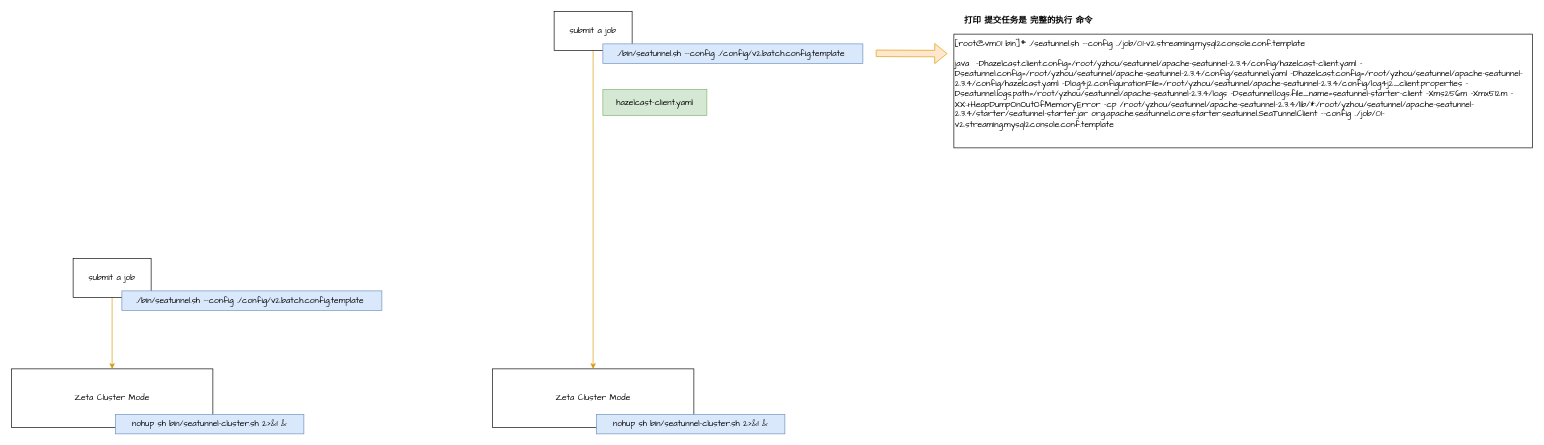
Above: page "Cluster Mode 作业提交" (1 of 2) of Drawio/Seatunnel.drawio in xinzhuxiansheng/blog-notes (draw.io), before the change. Source tidied: cells renumbered, new cells numbered last; positions are measured from the earlier drawing's top-left corner, leaving out a move shared by most shapes. Both pictures are drawn from the tidied source at 65%, with x=0, y=0 at pixel (11, 11).
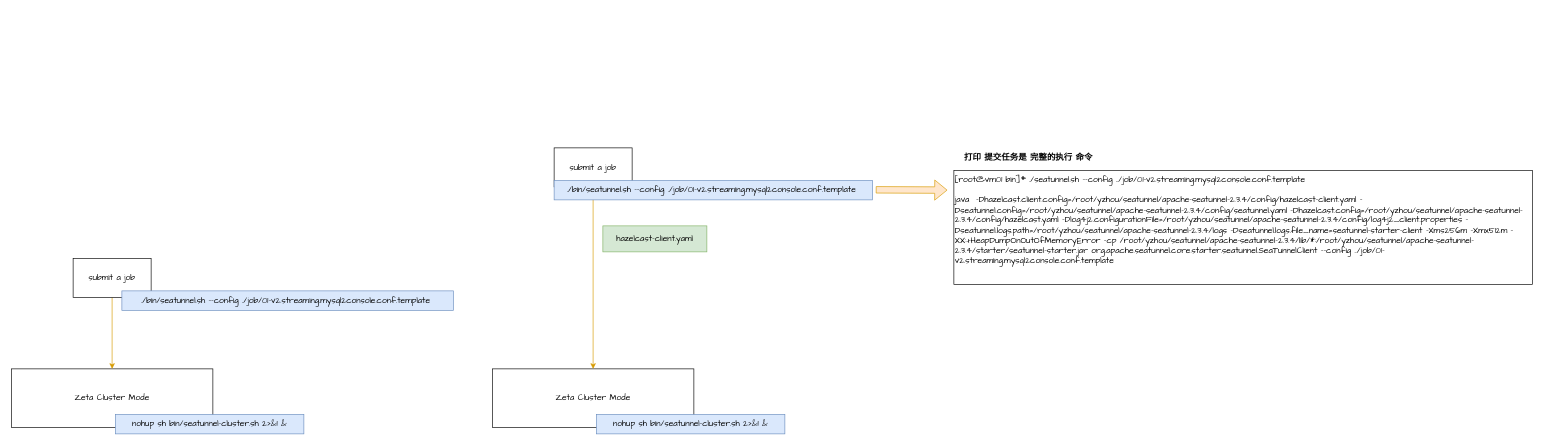
The same page after the edit.

Diff of the diagram source:
```diff
@@
 <mxGraphModel>
   <root>
     <mxCell id="0" />
     <mxCell id="1" parent="0" />
     <mxCell id="2" value="Zeta Cluster Mode" style="rounded=0;whiteSpace=wrap;html=1;fontFamily=Comic Sans MS;fontSize=13;" parent="1" vertex="1">
       <mxGeometry x="740" y="550" width="310" height="90" as="geometry" />
     </mxCell>
     <mxCell id="3" style="edgeStyle=orthogonalEdgeStyle;rounded=0;jettySize=auto;html=1;fontFamily=Comic Sans MS;fontSize=13;entryX=0.5;entryY=0;entryDx=0;entryDy=0;entryPerimeter=0;fillColor=#ffe6cc;strokeColor=#d79b00;" parent="1" edge="1" source="4" target="2">
       <mxGeometry relative="1" as="geometry" />
     </mxCell>
     <mxCell id="4" value="submit a job" style="rounded=0;whiteSpace=wrap;html=1;fontFamily=Comic Sans MS;fontSize=13;" parent="1" vertex="1">
-      <mxGeometry x="835" width="120" height="60" as="geometry" />
+      <mxGeometry x="835" y="210" width="120" height="60" as="geometry" />
     </mxCell>
     <mxCell id="5" value="nohup sh bin/seatunnel-cluster.sh 2&amp;gt;&amp;amp;1 &amp;amp;" style="rounded=0;whiteSpace=wrap;html=1;fillColor=#dae8fc;strokeColor=#6c8ebf;fontFamily=Comic Sans MS;fontSize=13;" parent="1" vertex="1">
       <mxGeometry x="900" y="620" width="290" height="30" as="geometry" />
     </mxCell>
-    <mxCell id="6" value="&lt;div style=&quot;font-size: 13px; line-height: 21px; white-space: pre;&quot;&gt;./bin/seatunnel.sh &lt;span style=&quot;font-size: 13px;&quot;&gt;--config&lt;/span&gt; &lt;span style=&quot;font-size: 13px;&quot;&gt;./config/v2.batch.config.template&lt;/span&gt; &lt;/div&gt;" style="rounded=0;whiteSpace=wrap;html=1;fillColor=#dae8fc;strokeColor=#6c8ebf;fontColor=default;labelBackgroundColor=none;fontFamily=Comic Sans MS;fontSize=13;" parent="1" vertex="1">
-      <mxGeometry x="910" y="50" width="400" height="30" as="geometry" />
+    <mxCell id="6" value="&lt;div style=&quot;font-size: 13px; line-height: 21px; white-space: pre;&quot;&gt;./bin/seatunnel.sh --config&lt;span style=&quot;white-space: normal;&quot;&gt;&amp;nbsp;&lt;/span&gt;./job/&lt;span style=&quot;background-color: initial;&quot;&gt;01-v2.streaming.mysql2console.conf.template&lt;/span&gt;&lt;span style=&quot;background-color: initial;&quot;&gt; &lt;/span&gt;&lt;br&gt;&lt;/div&gt;" style="rounded=0;whiteSpace=wrap;html=1;fillColor=#dae8fc;strokeColor=#6c8ebf;fontColor=default;labelBackgroundColor=none;fontFamily=Comic Sans MS;fontSize=13;" parent="1" vertex="1">
+      <mxGeometry x="835" y="260" width="490" height="30" as="geometry" />
     </mxCell>
     <mxCell id="7" style="shape=flexArrow;endArrow=classic;html=1;rounded=0;fontFamily=Comic Sans MS;fontSize=13;fillColor=#ffe6cc;strokeColor=#d79b00;" parent="1" edge="1">
       <mxGeometry relative="1" as="geometry">
-        <mxPoint x="1330" y="64.5" as="sourcePoint" />
-        <mxPoint x="1440" y="65" as="targetPoint" />
+        <mxPoint x="1330" y="274.5" as="sourcePoint" />
+        <mxPoint x="1440" y="275" as="targetPoint" />
       </mxGeometry>
     </mxCell>
     <mxCell id="8" value="&lt;div style=&quot;font-size: 13px;&quot;&gt;[root@vm01 bin]# ./seatunnel.sh --config ../job/01-v2.streaming.mysql2console.conf.template&amp;nbsp;&lt;/div&gt;&lt;div style=&quot;font-size: 13px;&quot;&gt;&lt;br style=&quot;font-size: 13px;&quot;&gt;&lt;/div&gt;&lt;div style=&quot;font-size: 13px;&quot;&gt;java&amp;nbsp; -Dhazelcast.client.config=/root/yzhou/seatunnel/apache-seatunnel-2.3.4/config/hazelcast-client.yaml -Dseatunnel.config=/root/yzhou/seatunnel/apache-seatunnel-2.3.4/config/seatunnel.yaml -Dhazelcast.config=/root/yzhou/seatunnel/apache-seatunnel-2.3.4/config/hazelcast.yaml -Dlog4j2.configurationFile=/root/yzhou/seatunnel/apache-seatunnel-2.3.4/config/log4j2_client.properties -Dseatunnel.logs.path=/root/yzhou/seatunnel/apache-seatunnel-2.3.4/logs -Dseatunnel.logs.file_name=seatunnel-starter-client -Xms256m -Xmx512m -XX:+HeapDumpOnOutOfMemoryError -cp /root/yzhou/seatunnel/apache-seatunnel-2.3.4/lib/*:/root/yzhou/seatunnel/apache-seatunnel-2.3.4/starter/seatunnel-starter.jar org.apache.seatunnel.core.starter.seatunnel.SeaTunnelClient --config ../job/01-v2.streaming.mysql2console.conf.template&lt;/div&gt;" style="rounded=0;whiteSpace=wrap;html=1;align=left;verticalAlign=top;fontFamily=Comic Sans MS;fontSize=13;" parent="1" vertex="1">
-      <mxGeometry x="1450" y="35" width="890" height="175" as="geometry" />
+      <mxGeometry x="1450" y="245" width="890" height="175" as="geometry" />
     </mxCell>
     <mxCell id="9" value="打印 提交任务是 完整的执行 命令" style="text;html=1;align=center;verticalAlign=middle;whiteSpace=wrap;rounded=0;fontStyle=1;fontFamily=Comic Sans MS;fontSize=13;" parent="1" vertex="1">
-      <mxGeometry x="1450" width="230" height="30" as="geometry" />
+      <mxGeometry x="1450" y="210" width="230" height="30" as="geometry" />
     </mxCell>
     <mxCell id="10" value="hazelcast-client.yaml" style="rounded=0;whiteSpace=wrap;html=1;fillColor=#d5e8d4;strokeColor=#82b366;fontFamily=Comic Sans MS;fontSize=13;" parent="1" vertex="1">
-      <mxGeometry x="910" y="120" width="160" height="40" as="geometry" />
+      <mxGeometry x="910" y="330" width="160" height="40" as="geometry" />
     </mxCell>
     <mxCell id="11" value="Zeta Cluster Mode" style="rounded=0;whiteSpace=wrap;html=1;fontFamily=Comic Sans MS;fontSize=13;" parent="1" vertex="1">
       <mxGeometry y="550" width="310" height="90" as="geometry" />
     </mxCell>
     <mxCell id="12" style="edgeStyle=orthogonalEdgeStyle;rounded=0;jettySize=auto;html=1;fontFamily=Comic Sans MS;fontSize=13;entryX=0.5;entryY=0;entryDx=0;entryDy=0;entryPerimeter=0;fillColor=#ffe6cc;strokeColor=#d79b00;" parent="1" edge="1" source="13" target="11">
       <mxGeometry relative="1" as="geometry" />
     </mxCell>
     <mxCell id="13" value="submit a job" style="rounded=0;whiteSpace=wrap;html=1;fontFamily=Comic Sans MS;fontSize=13;" parent="1" vertex="1">
       <mxGeometry x="95" y="380" width="120" height="60" as="geometry" />
     </mxCell>
     <mxCell id="14" value="nohup sh bin/seatunnel-cluster.sh 2&amp;gt;&amp;amp;1 &amp;amp;" style="rounded=0;whiteSpace=wrap;html=1;fillColor=#dae8fc;strokeColor=#6c8ebf;fontFamily=Comic Sans MS;fontSize=13;" parent="1" vertex="1">
       <mxGeometry x="160" y="620" width="290" height="30" as="geometry" />
     </mxCell>
-    <mxCell id="15" value="&lt;div style=&quot;font-size: 13px; line-height: 21px; white-space: pre;&quot;&gt;./bin/seatunnel.sh &lt;span style=&quot;font-size: 13px;&quot;&gt;--config&lt;/span&gt; &lt;span style=&quot;font-size: 13px;&quot;&gt;./config/v2.batch.config.template&lt;/span&gt; &lt;/div&gt;" style="rounded=0;whiteSpace=wrap;html=1;fillColor=#dae8fc;strokeColor=#6c8ebf;fontColor=default;labelBackgroundColor=none;fontFamily=Comic Sans MS;fontSize=13;" parent="1" vertex="1">
-      <mxGeometry x="170" y="430" width="400" height="30" as="geometry" />
+    <mxCell id="15" value="&lt;div style=&quot;line-height: 21px;&quot;&gt;&lt;span style=&quot;white-space: pre;&quot;&gt;./bin/seatunnel.sh &lt;/span&gt;&lt;span style=&quot;font-size: 13px; white-space: pre;&quot;&gt;--config&lt;/span&gt; &lt;span style=&quot;font-size: 13px; white-space: pre;&quot;&gt;./job/&lt;/span&gt;&lt;span style=&quot;background-color: initial; white-space: pre;&quot;&gt;01-v2.streaming.mysql2console.conf.template&lt;/span&gt;&lt;span style=&quot;font-size: 13px; white-space: pre; background-color: initial;&quot;&gt; &lt;/span&gt;&lt;/div&gt;" style="rounded=0;whiteSpace=wrap;html=1;fillColor=#dae8fc;strokeColor=#6c8ebf;fontColor=default;labelBackgroundColor=none;fontFamily=Comic Sans MS;fontSize=13;" parent="1" vertex="1">
+      <mxGeometry x="170" y="430" width="510" height="30" as="geometry" />
     </mxCell>
   </root>
 </mxGraphModel>
```
